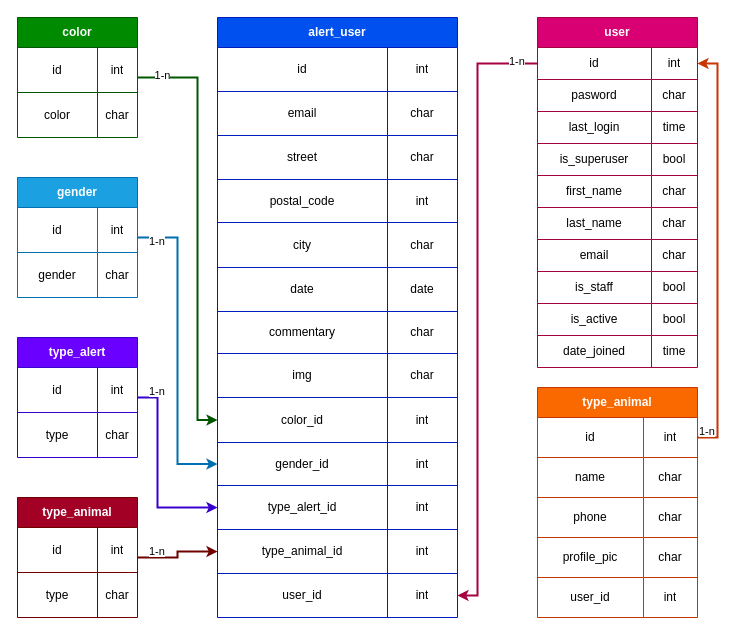
The draw.io diagram assets/base de donnée/Final diagram bdd.drawio in herbetelem/Projet-3, before the edit. Source tidied: cells renumbered, new cells numbered last; positions are measured from the earlier drawing's top-left corner, leaving out a move shared by most shapes. Both pictures are drawn from the tidied source at 100%, with x=0, y=0 at pixel (17, 17).
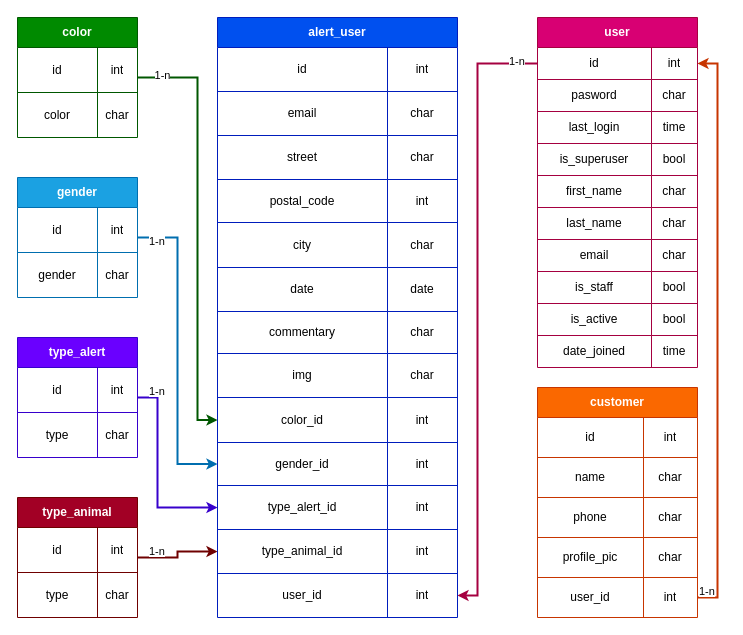
After the change.

Unchanged cells that the change refers to:
```xml
<mxCell id="75" style="shape=partialRectangle;html=1;whiteSpace=wrap;fillColor=none;top=0;left=0;bottom=0;right=0;points=[[0,0.5],[1,0.5]];portConstraint=eastwest;" parent="74" vertex="1">
  <mxGeometry y="30" width="160" height="32" as="geometry" />
</mxCell>
<mxCell id="106" style="shape=partialRectangle;html=1;whiteSpace=wrap;fillColor=none;top=0;left=0;bottom=0;right=0;points=[[0,0.5],[1,0.5]];portConstraint=eastwest;" parent="105" vertex="1">
  <mxGeometry y="30" width="160" height="40" as="geometry" />
</mxCell>
<mxCell id="118" style="shape=partialRectangle;html=1;whiteSpace=wrap;fillColor=none;top=0;left=0;bottom=0;right=0;points=[[0,0.5],[1,0.5]];portConstraint=eastwest;" parent="105" vertex="1">
  <mxGeometry y="190" width="160" height="40" as="geometry" />
</mxCell>
```

Change to the diagram source:
```diff
@@
-    <mxCell id="105" value="type_animal" style="shape=table;html=1;whiteSpace=wrap;startSize=30;childLayout=tableLayout;fontStyle=1;align=center;fillColor=#fa6800;strokeColor=#C73500;fontColor=#ffffff;" parent="1" vertex="1">
+    <mxCell id="105" value="customer" style="shape=table;html=1;whiteSpace=wrap;startSize=30;childLayout=tableLayout;fontStyle=1;align=center;fillColor=#fa6800;strokeColor=#C73500;fontColor=#ffffff;" parent="1" vertex="1">
       <mxGeometry x="520" y="370" width="160" height="230" as="geometry" />
     </mxCell>
@@
-    <mxCell id="122" style="edgeStyle=orthogonalEdgeStyle;rounded=0;jettySize=auto;html=1;entryX=1;entryY=0.5;entryDx=0;entryDy=0;endSize=5;strokeWidth=2;fillColor=#fa6800;strokeColor=#C73500;" parent="1" edge="1" source="106" target="75">
+    <mxCell id="122" style="edgeStyle=orthogonalEdgeStyle;rounded=0;jettySize=auto;html=1;entryX=1;entryY=0.5;entryDx=0;entryDy=0;endSize=5;strokeWidth=2;fillColor=#fa6800;strokeColor=#C73500;exitX=1;exitY=0.5;exitDx=0;exitDy=0;" parent="1" edge="1" source="118" target="75">
       <mxGeometry relative="1" as="geometry">
         <Array as="points">
-          <mxPoint x="700" y="420" />
+          <mxPoint x="700" y="580" />
           <mxPoint x="700" y="46" />
         </Array>
       </mxGeometry>
     </mxCell>
@@
     <mxCell id="127" value="&lt;span style=&quot;color: rgb(0, 0, 0); font-family: helvetica; font-size: 11px; font-style: normal; font-weight: 400; letter-spacing: normal; text-align: center; text-indent: 0px; text-transform: none; word-spacing: 0px; background-color: rgb(255, 255, 255); display: inline; float: none;&quot;&gt;1-n&lt;/span&gt;" style="text;whiteSpace=wrap;html=1;" parent="1" vertex="1">
-      <mxGeometry x="680" y="400" width="20" height="20" as="geometry" />
+      <mxGeometry x="680" y="560" width="20" height="20" as="geometry" />
     </mxCell>
```
